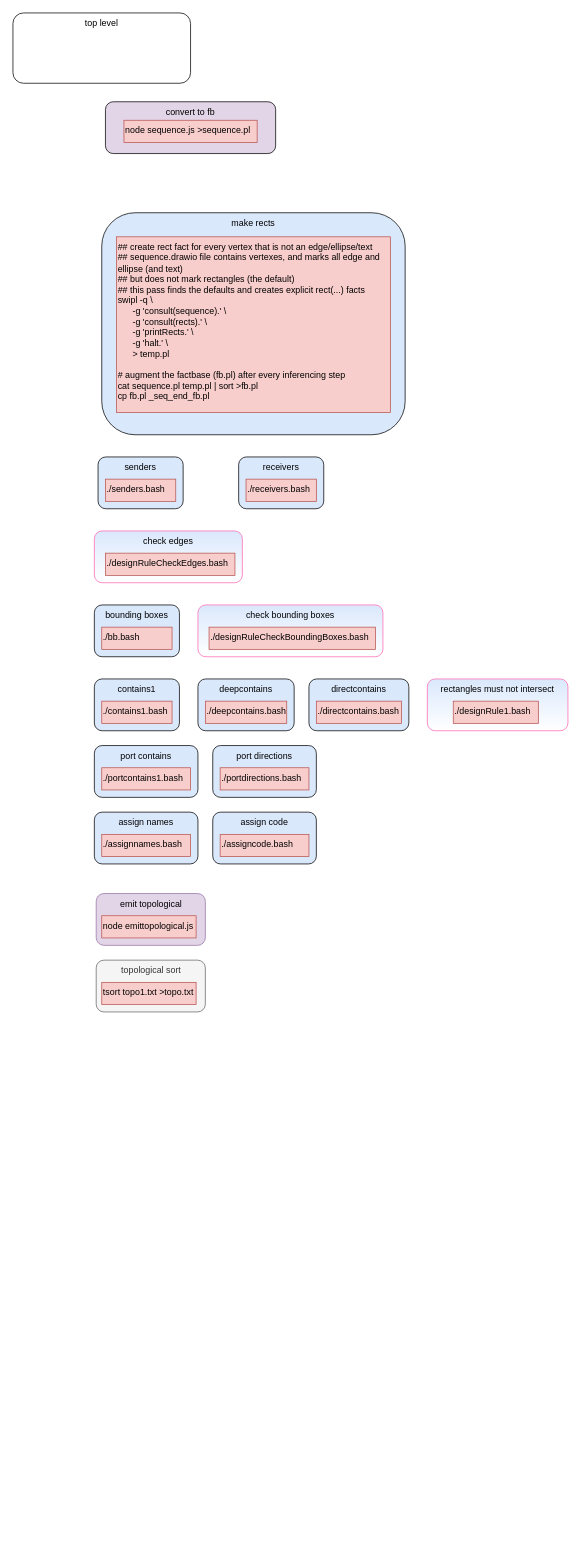
The draw.io diagram guitarvydas/details.drawio in guitarvydas/jam0001, before the edit. Source tidied: cells renumbered, new cells numbered last; positions are measured from the earlier drawing's top-left corner, leaving out a move shared by most shapes. Both pictures are drawn from the tidied source at 74%, with x=0, y=0 at pixel (13, 13).
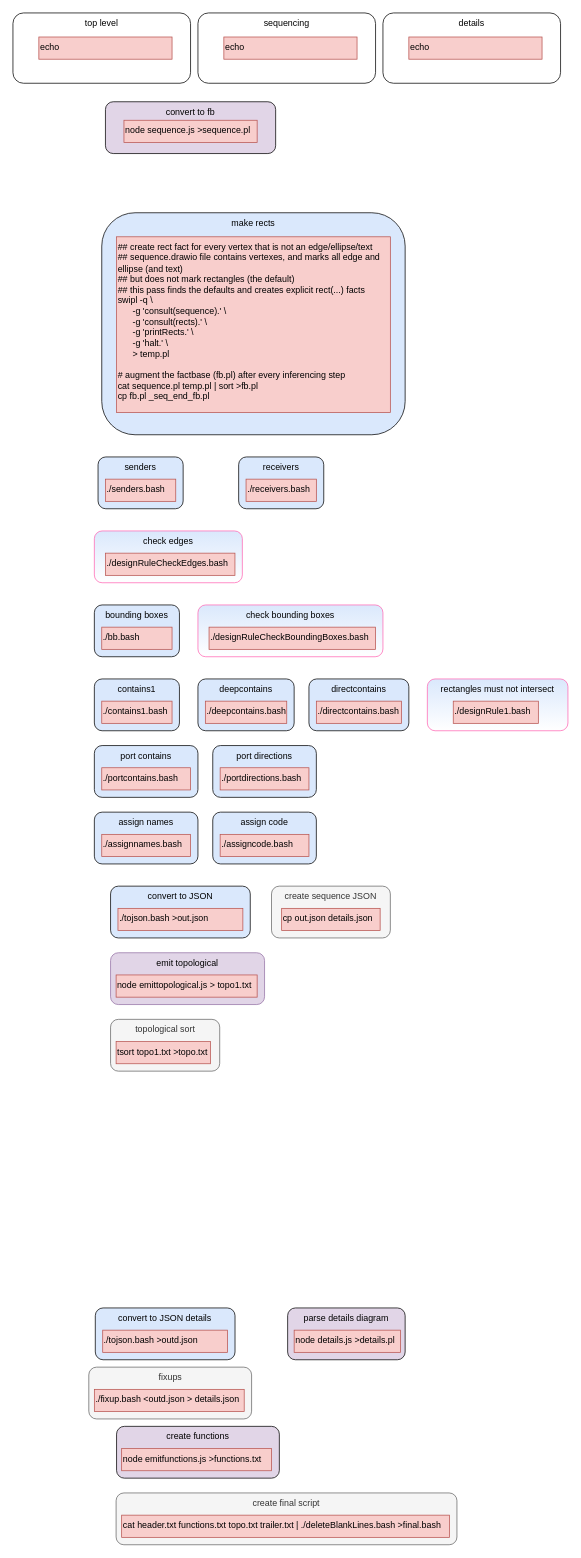
Above is the later version.

The edit, as a diff of the source:
```diff
@@
     <mxCell id="8" value="emit topological" style="rounded=1;whiteSpace=wrap;html=1;fillColor=#e1d5e7;verticalAlign=top;strokeColor=#9673a6;" parent="1" vertex="1">
-      <mxGeometry x="112.5" y="1190" width="147.5" height="70" as="geometry" />
+      <mxGeometry x="131.9" y="1270" width="208.1" height="70" as="geometry" />
     </mxCell>
     <mxCell id="9" value="topological sort" style="rounded=1;whiteSpace=wrap;html=1;fillColor=#f5f5f5;verticalAlign=top;strokeColor=#666666;fontColor=#333333;" parent="1" vertex="1">
-      <mxGeometry x="112.5" y="1280" width="147.5" height="70" as="geometry" />
+      <mxGeometry x="131.9" y="1360" width="147.5" height="70" as="geometry" />
     </mxCell>
@@
-    <mxCell id="28" value="&lt;div&gt;&lt;div&gt;&lt;div&gt;./portcontains1.bash&lt;/div&gt;&lt;/div&gt;&lt;/div&gt;" style="rounded=0;whiteSpace=wrap;html=1;align=left;fillColor=#f8cecc;strokeColor=#b85450;verticalAlign=top;" parent="1" vertex="1">
+    <mxCell id="28" value="&lt;div&gt;&lt;div&gt;&lt;div&gt;./portcontains.bash&lt;/div&gt;&lt;/div&gt;&lt;/div&gt;" style="rounded=0;whiteSpace=wrap;html=1;align=left;fillColor=#f8cecc;strokeColor=#b85450;verticalAlign=top;" parent="1" vertex="1">
       <mxGeometry x="120" y="1020" width="120" height="30" as="geometry" />
     </mxCell>
@@
-    <mxCell id="35" value="&lt;div&gt;&lt;div&gt;&lt;div&gt;node emittopological.js&lt;/div&gt;&lt;/div&gt;&lt;/div&gt;" style="rounded=0;whiteSpace=wrap;html=1;align=left;fillColor=#f8cecc;strokeColor=#b85450;verticalAlign=top;" parent="1" vertex="1">
-      <mxGeometry x="120" y="1220" width="127.5" height="30" as="geometry" />
+    <mxCell id="35" value="&lt;div&gt;&lt;div&gt;&lt;div&gt;node emittopological.js &amp;gt; topo1.txt&lt;/div&gt;&lt;/div&gt;&lt;/div&gt;" style="rounded=0;whiteSpace=wrap;html=1;align=left;fillColor=#f8cecc;strokeColor=#b85450;verticalAlign=top;" parent="1" vertex="1">
+      <mxGeometry x="139.4" y="1300" width="190.6" height="30" as="geometry" />
     </mxCell>
     <mxCell id="36" value="&lt;div&gt;&lt;div&gt;&lt;div&gt;tsort topo1.txt &amp;gt;topo.txt&lt;/div&gt;&lt;/div&gt;&lt;/div&gt;" style="rounded=0;whiteSpace=wrap;html=1;align=left;fillColor=#f8cecc;strokeColor=#b85450;verticalAlign=top;" parent="1" vertex="1">
-      <mxGeometry x="120" y="1310" width="127.5" height="30" as="geometry" />
+      <mxGeometry x="139.4" y="1390" width="127.5" height="30" as="geometry" />
     </mxCell>
+    <mxCell id="37" value="&lt;div&gt;&lt;div&gt;&lt;div&gt;echo&lt;/div&gt;&lt;/div&gt;&lt;/div&gt;" style="rounded=0;whiteSpace=wrap;html=1;align=left;fillColor=#f8cecc;strokeColor=#b85450;verticalAlign=top;" parent="1" vertex="1">
+      <mxGeometry x="35" y="32.5" width="180" height="30" as="geometry" />
+    </mxCell>
+    <mxCell id="38" value="convert to JSON" style="rounded=1;whiteSpace=wrap;html=1;fillColor=#dae8fc;verticalAlign=top;" parent="1" vertex="1">
+      <mxGeometry x="131.9" y="1180" width="188.8" height="70" as="geometry" />
+    </mxCell>
+    <mxCell id="39" value="&lt;div&gt;&lt;div&gt;&lt;div&gt;./tojson.bash &amp;gt;out.json&lt;/div&gt;&lt;/div&gt;&lt;/div&gt;" style="rounded=0;whiteSpace=wrap;html=1;align=left;fillColor=#f8cecc;strokeColor=#b85450;verticalAlign=top;" parent="1" vertex="1">
+      <mxGeometry x="141.9" y="1210" width="168.8" height="30" as="geometry" />
+    </mxCell>
+    <mxCell id="40" value="sequencing" style="rounded=1;whiteSpace=wrap;html=1;verticalAlign=top;" parent="1" vertex="1">
+      <mxGeometry x="250" width="240" height="95" as="geometry" />
+    </mxCell>
+    <mxCell id="41" value="&lt;div&gt;&lt;div&gt;&lt;div&gt;echo&lt;/div&gt;&lt;/div&gt;&lt;/div&gt;" style="rounded=0;whiteSpace=wrap;html=1;align=left;fillColor=#f8cecc;strokeColor=#b85450;verticalAlign=top;" parent="1" vertex="1">
+      <mxGeometry x="285" y="32.5" width="180" height="30" as="geometry" />
+    </mxCell>
+    <mxCell id="42" value="details" style="rounded=1;whiteSpace=wrap;html=1;verticalAlign=top;" parent="1" vertex="1">
+      <mxGeometry x="500" width="240" height="95" as="geometry" />
+    </mxCell>
+    <mxCell id="43" value="&lt;div&gt;&lt;div&gt;&lt;div&gt;echo&lt;/div&gt;&lt;/div&gt;&lt;/div&gt;" style="rounded=0;whiteSpace=wrap;html=1;align=left;fillColor=#f8cecc;strokeColor=#b85450;verticalAlign=top;" parent="1" vertex="1">
+      <mxGeometry x="535" y="32.5" width="180" height="30" as="geometry" />
+    </mxCell>
+    <mxCell id="44" value="fixups" style="rounded=1;whiteSpace=wrap;html=1;fillColor=#f5f5f5;verticalAlign=top;strokeColor=#666666;fontColor=#333333;" parent="1" vertex="1">
+      <mxGeometry x="102.5" y="1830" width="220" height="70" as="geometry" />
+    </mxCell>
+    <mxCell id="45" value="./fixup.bash &amp;lt;outd.json &amp;gt; details.json" style="rounded=0;whiteSpace=wrap;html=1;align=left;fillColor=#f8cecc;strokeColor=#b85450;verticalAlign=top;" parent="1" vertex="1">
+      <mxGeometry x="110" y="1860" width="202.5" height="30" as="geometry" />
+    </mxCell>
+    <mxCell id="46" value="create sequence JSON" style="rounded=1;whiteSpace=wrap;html=1;fillColor=#f5f5f5;verticalAlign=top;strokeColor=#666666;fontColor=#333333;" parent="1" vertex="1">
+      <mxGeometry x="349.4" y="1180" width="160.6" height="70" as="geometry" />
+    </mxCell>
+    <mxCell id="47" value="cp out.json details.json" style="rounded=0;whiteSpace=wrap;html=1;align=left;fillColor=#f8cecc;strokeColor=#b85450;verticalAlign=top;" parent="1" vertex="1">
+      <mxGeometry x="363.1" y="1210" width="133.1" height="30" as="geometry" />
+    </mxCell>
+    <mxCell id="48" value="convert to JSON details" style="rounded=1;whiteSpace=wrap;html=1;fillColor=#dae8fc;verticalAlign=top;" parent="1" vertex="1">
+      <mxGeometry x="111.3" y="1750" width="188.8" height="70" as="geometry" />
+    </mxCell>
+    <mxCell id="49" value="&lt;div&gt;&lt;div&gt;&lt;div&gt;./tojson.bash &amp;gt;outd.json&lt;/div&gt;&lt;/div&gt;&lt;/div&gt;" style="rounded=0;whiteSpace=wrap;html=1;align=left;fillColor=#f8cecc;strokeColor=#b85450;verticalAlign=top;" parent="1" vertex="1">
+      <mxGeometry x="121.3" y="1780" width="168.8" height="30" as="geometry" />
+    </mxCell>
+    <mxCell id="50" value="create functions" style="rounded=1;whiteSpace=wrap;html=1;fillColor=#e1d5e7;verticalAlign=top;" parent="1" vertex="1">
+      <mxGeometry x="140" y="1910" width="220" height="70" as="geometry" />
+    </mxCell>
+    <mxCell id="51" value="create final script" style="rounded=1;whiteSpace=wrap;html=1;fillColor=#f5f5f5;verticalAlign=top;strokeColor=#666666;fontColor=#333333;" parent="1" vertex="1">
+      <mxGeometry x="139.4" y="2000" width="460.6" height="70" as="geometry" />
+    </mxCell>
+    <mxCell id="52" value="node emitfunctions.js &amp;gt;functions.txt" style="rounded=0;whiteSpace=wrap;html=1;align=left;fillColor=#f8cecc;strokeColor=#b85450;verticalAlign=top;" parent="1" vertex="1">
+      <mxGeometry x="146.9" y="1940" width="202.5" height="30" as="geometry" />
+    </mxCell>
+    <mxCell id="53" value="&lt;div&gt;cat header.txt functions.txt topo.txt trailer.txt | ./deleteBlankLines.bash &amp;gt;final.bash&lt;/div&gt;" style="rounded=0;whiteSpace=wrap;html=1;align=left;fillColor=#f8cecc;strokeColor=#b85450;verticalAlign=top;" parent="1" vertex="1">
+      <mxGeometry x="146.9" y="2030" width="443.1" height="30" as="geometry" />
+    </mxCell>
+    <mxCell id="54" value="parse details diagram" style="rounded=1;whiteSpace=wrap;html=1;fillColor=#e1d5e7;verticalAlign=top;" parent="1" vertex="1">
+      <mxGeometry x="371.2" y="1750" width="158.8" height="70" as="geometry" />
+    </mxCell>
+    <mxCell id="55" value="&lt;div&gt;&lt;div&gt;&lt;div&gt;node details.js &amp;gt;details.pl&lt;/div&gt;&lt;/div&gt;&lt;/div&gt;" style="rounded=0;whiteSpace=wrap;html=1;align=left;fillColor=#f8cecc;strokeColor=#b85450;verticalAlign=top;" parent="1" vertex="1">
+      <mxGeometry x="380" y="1780" width="143.8" height="30" as="geometry" />
+    </mxCell>
```
